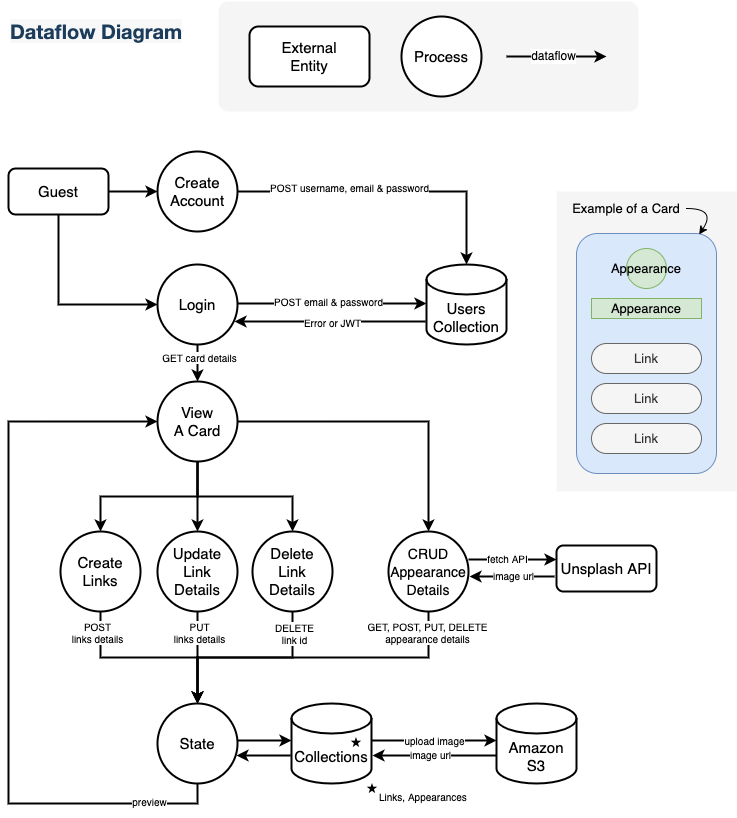
The draw.io diagram docs/T3A2-DFD.png in teamilink/iLinkDocs, before a commit. Source tidied: cells renumbered, new cells last; positions are measured from the earlier drawing's top-left corner, leaving out a move shared by most shapes.
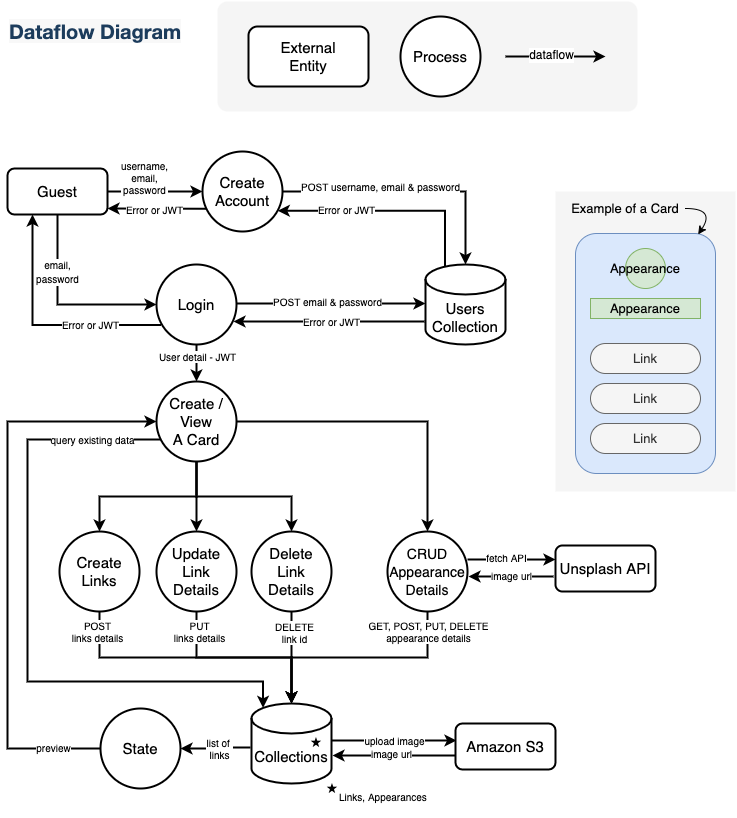
The same file after the commit.

Commit message:
updates AAD and DFD

Diff of the diagram source:
```diff
@@ -32,9 +32,17 @@
     <mxCell id="8" style="edgeStyle=orthogonalEdgeStyle;rounded=0;jettySize=auto;html=1;exitX=1;exitY=0.5;exitDx=0;exitDy=0;entryX=0;entryY=0.5;entryDx=0;entryDy=0;fontSize=15;strokeWidth=2;fontColor=#000000;" parent="1" edge="1" source="10" target="13">
       <mxGeometry relative="1" as="geometry" />
     </mxCell>
+    <mxCell id="66" value="&lt;font style=&quot;font-size: 10px;&quot;&gt;username,&lt;br style=&quot;font-size: 10px;&quot;&gt;email,&lt;br style=&quot;font-size: 10px;&quot;&gt;password&lt;/font&gt;" style="edgeLabel;html=1;align=center;verticalAlign=middle;fontSize=10;" parent="8" vertex="1">
+      <mxGeometry x="-0.22" y="1" relative="1" as="geometry">
+        <mxPoint y="-13" as="offset" />
+      </mxGeometry>
+    </mxCell>
     <mxCell id="9" style="edgeStyle=orthogonalEdgeStyle;rounded=0;jettySize=auto;html=1;exitX=0.5;exitY=1;exitDx=0;exitDy=0;entryX=0;entryY=0.5;entryDx=0;entryDy=0;fontSize=15;strokeWidth=2;fontColor=#000000;" parent="1" edge="1" source="10" target="16">
       <mxGeometry relative="1" as="geometry" />
     </mxCell>
+    <mxCell id="67" value="&lt;font style=&quot;font-size: 10px;&quot;&gt;email,&lt;br&gt;password&lt;/font&gt;" style="edgeLabel;html=1;align=center;verticalAlign=middle;" parent="9" vertex="1">
+      <mxGeometry x="-0.4" relative="1" as="geometry" />
+    </mxCell>
     <mxCell id="10" value="Guest" style="rounded=1;whiteSpace=wrap;html=1;fontSize=15;strokeWidth=2;fontColor=#000000;" parent="1" vertex="1">
       <mxGeometry y="167" width="100" height="46" as="geometry" />
     </mxCell>
@@ -46,8 +54,20 @@
         <mxPoint x="24" y="-3" as="offset" />
       </mxGeometry>
     </mxCell>
+    <mxCell id="68" style="edgeStyle=orthogonalEdgeStyle;rounded=0;orthogonalLoop=1;jettySize=auto;html=1;exitX=0;exitY=1;exitDx=0;exitDy=0;fontSize=10;strokeWidth=2;" parent="1" edge="1">
+      <mxGeometry relative="1" as="geometry">
+        <mxPoint x="206.7" y="207.3" as="sourcePoint" />
+        <mxPoint x="100" y="207" as="targetPoint" />
+        <Array as="points">
+          <mxPoint x="100" y="207" />
+        </Array>
+      </mxGeometry>
+    </mxCell>
+    <mxCell id="69" value="&lt;font style=&quot;font-size: 10px;&quot;&gt;Error or JWT&lt;/font&gt;" style="edgeLabel;html=1;align=center;verticalAlign=middle;fontSize=10;" parent="68" vertex="1">
+      <mxGeometry x="0.12" relative="1" as="geometry" />
+    </mxCell>
     <mxCell id="13" value="Create&lt;br&gt;Account" style="ellipse;whiteSpace=wrap;html=1;fontSize=15;strokeWidth=2;" parent="1" vertex="1">
-      <mxGeometry x="149" y="150" width="80" height="80" as="geometry" />
+      <mxGeometry x="195" y="150" width="80" height="80" as="geometry" />
     </mxCell>
     <mxCell id="14" value="&lt;font style=&quot;font-size: 10px;&quot;&gt;POST email &amp;amp; password&lt;/font&gt;" style="edgeStyle=orthogonalEdgeStyle;rounded=0;orthogonalLoop=1;jettySize=auto;html=1;exitX=1;exitY=0.5;exitDx=0;exitDy=0;fontSize=10;fillColor=#f8cecc;strokeColor=#000000;strokeWidth=2;entryX=0;entryY=0.5;entryDx=0;entryDy=0;entryPerimeter=0;fontColor=#000000;" parent="1" edge="1">
       <mxGeometry x="-0.04" y="2" relative="1" as="geometry">
@@ -58,9 +78,26 @@
     <mxCell id="15" style="edgeStyle=orthogonalEdgeStyle;rounded=0;jettySize=auto;html=1;exitX=0.5;exitY=1;exitDx=0;exitDy=0;entryX=0.5;entryY=0;entryDx=0;entryDy=0;strokeWidth=2;" parent="1" edge="1" source="39" target="18">
       <mxGeometry relative="1" as="geometry" />
     </mxCell>
+    <mxCell id="70" style="edgeStyle=orthogonalEdgeStyle;rounded=0;jettySize=auto;html=1;exitX=0.055;exitY=0.756;exitDx=0;exitDy=0;entryX=0.25;entryY=1;entryDx=0;entryDy=0;fontSize=10;strokeWidth=2;exitPerimeter=0;" parent="1" edge="1" source="16" target="10">
+      <mxGeometry relative="1" as="geometry" />
+    </mxCell>
+    <mxCell id="71" value="Error or JWT" style="edgeLabel;html=1;align=center;verticalAlign=middle;fontSize=10;" parent="70" vertex="1">
+      <mxGeometry x="-0.41" y="-1" relative="1" as="geometry" />
+    </mxCell>
     <mxCell id="16" value="Login" style="ellipse;whiteSpace=wrap;html=1;fontSize=15;strokeWidth=2;fontColor=#000000;" parent="1" vertex="1">
       <mxGeometry x="149" y="263" width="80" height="80" as="geometry" />
     </mxCell>
+    <mxCell id="72" style="edgeStyle=orthogonalEdgeStyle;rounded=0;jettySize=auto;html=1;exitX=0.244;exitY=0.019;exitDx=0;exitDy=0;exitPerimeter=0;entryX=1;entryY=1;entryDx=0;entryDy=0;strokeWidth=2;" parent="1" edge="1" source="17">
+      <mxGeometry relative="1" as="geometry">
+        <mxPoint x="270.3" y="209.3" as="targetPoint" />
+        <Array as="points">
+          <mxPoint x="438" y="209" />
+        </Array>
+      </mxGeometry>
+    </mxCell>
+    <mxCell id="73" value="&lt;span style=&quot;font-size: 10px;&quot;&gt;Error or JWT&lt;/span&gt;" style="edgeLabel;html=1;align=center;verticalAlign=middle;" parent="72" vertex="1">
+      <mxGeometry x="0.38" y="-1" relative="1" as="geometry" />
+    </mxCell>
     <mxCell id="17" value="Users&lt;br&gt;Collection" style="shape=cylinder3;whiteSpace=wrap;html=1;boundedLbl=1;backgroundOutline=1;size=15;fontSize=15;strokeWidth=2;fontColor=#000000;" parent="1" vertex="1">
       <mxGeometry x="418" y="263" width="80" height="80" as="geometry" />
     </mxCell>
@@ -70,36 +107,23 @@
     <mxCell id="19" value="Create&lt;br&gt;Links" style="ellipse;whiteSpace=wrap;html=1;fontSize=15;strokeWidth=2;fontColor=#000000;" parent="1" vertex="1">
       <mxGeometry x="52" y="530" width="80" height="80" as="geometry" />
     </mxCell>
-    <mxCell id="20" style="edgeStyle=orthogonalEdgeStyle;rounded=0;jettySize=auto;html=1;exitX=0.5;exitY=1;exitDx=0;exitDy=0;entryX=0;entryY=0.5;entryDx=0;entryDy=0;strokeWidth=2;" parent="1" edge="1" source="23" target="39">
+    <mxCell id="20" style="edgeStyle=orthogonalEdgeStyle;rounded=0;jettySize=auto;html=1;entryX=0;entryY=0.5;entryDx=0;entryDy=0;strokeWidth=2;exitX=0;exitY=0.5;exitDx=0;exitDy=0;" parent="1" edge="1" source="23" target="39">
       <mxGeometry relative="1" as="geometry">
         <Array as="points">
-          <mxPoint x="189" y="802" />
-          <mxPoint y="802" />
+          <mxPoint y="747" />
           <mxPoint y="420" />
         </Array>
       </mxGeometry>
     </mxCell>
     <mxCell id="21" value="&lt;font style=&quot;font-size: 10px;&quot;&gt;preview&lt;/font&gt;" style="edgeLabel;html=1;align=center;verticalAlign=middle;fontSize=10;" parent="20" vertex="1">
       <mxGeometry x="0.1" relative="1" as="geometry">
-        <mxPoint x="140" y="196" as="offset" />
+        <mxPoint x="46" y="219" as="offset" />
       </mxGeometry>
     </mxCell>
-    <mxCell id="22" style="edgeStyle=orthogonalEdgeStyle;rounded=0;orthogonalLoop=1;jettySize=auto;html=1;exitX=1;exitY=0.5;exitDx=0;exitDy=0;entryX=0;entryY=0.5;entryDx=0;entryDy=0;entryPerimeter=0;strokeWidth=2;" parent="1" edge="1">
-      <mxGeometry relative="1" as="geometry">
-        <mxPoint x="229" y="739" as="sourcePoint" />
-        <mxPoint x="283" y="739" as="targetPoint" />
-      </mxGeometry>
-    </mxCell>
-    <mxCell id="23" value="State" style="ellipse;whiteSpace=wrap;html=1;fontSize=15;strokeWidth=2;fontColor=#000000;" parent="1" vertex="1">
-      <mxGeometry x="149" y="702" width="80" height="80" as="geometry" />
-    </mxCell>
-    <mxCell id="24" value="Amazon&lt;br&gt;S3" style="shape=cylinder3;whiteSpace=wrap;html=1;boundedLbl=1;backgroundOutline=1;size=15;fontSize=15;strokeWidth=2;" parent="1" vertex="1">
-      <mxGeometry x="488" y="702" width="80" height="80" as="geometry" />
-    </mxCell>
     <mxCell id="25" style="edgeStyle=orthogonalEdgeStyle;rounded=0;orthogonalLoop=1;jettySize=auto;html=1;exitX=0.988;exitY=0.275;exitDx=0;exitDy=0;fontSize=15;exitPerimeter=0;startArrow=classic;startFill=1;endArrow=none;endFill=0;fillColor=#d5e8d4;strokeColor=#000000;strokeWidth=2;fontColor=#000000;" parent="1" edge="1">
       <mxGeometry relative="1" as="geometry">
-        <mxPoint x="364" y="754" as="sourcePoint" />
-        <mxPoint x="488" y="754" as="targetPoint" />
+        <mxPoint x="325" y="754" as="sourcePoint" />
+        <mxPoint x="449" y="754" as="targetPoint" />
       </mxGeometry>
     </mxCell>
     <mxCell id="26" value="image url" style="edgeLabel;html=1;align=center;verticalAlign=middle;fontSize=10;fontColor=#000000;" parent="25" vertex="1">
@@ -107,8 +131,8 @@
     </mxCell>
     <mxCell id="27" value="&lt;font style=&quot;font-size: 10px;&quot;&gt;upload image&lt;/font&gt;" style="edgeStyle=orthogonalEdgeStyle;rounded=0;orthogonalLoop=1;jettySize=auto;html=1;exitX=0.988;exitY=0.275;exitDx=0;exitDy=0;fontSize=10;exitPerimeter=0;fillColor=#f8cecc;strokeColor=#000000;strokeWidth=2;fontColor=#000000;" parent="1" edge="1">
       <mxGeometry relative="1" as="geometry">
-        <mxPoint x="363" y="739" as="sourcePoint" />
-        <mxPoint x="488" y="739" as="targetPoint" />
+        <mxPoint x="324" y="739" as="sourcePoint" />
+        <mxPoint x="449" y="739" as="targetPoint" />
       </mxGeometry>
     </mxCell>
     <mxCell id="28" value="Unsplash API" style="rounded=1;whiteSpace=wrap;html=1;fontSize=15;strokeWidth=2;fontColor=#000000;" parent="1" vertex="1">
@@ -135,7 +159,7 @@
       <mxGeometry relative="1" as="geometry" />
     </mxCell>
     <mxCell id="34" value="Collections" style="shape=cylinder3;whiteSpace=wrap;html=1;boundedLbl=1;backgroundOutline=1;size=15;fontSize=15;strokeWidth=2;" parent="1" vertex="1">
-      <mxGeometry x="283" y="702" width="80" height="80" as="geometry" />
+      <mxGeometry x="244" y="702" width="80" height="80" as="geometry" />
     </mxCell>
     <mxCell id="35" style="edgeStyle=orthogonalEdgeStyle;rounded=0;orthogonalLoop=1;jettySize=auto;html=1;entryX=1;entryY=0.5;entryDx=0;entryDy=0;fontSize=12;fontColor=#000000;strokeColor=#000000;strokeWidth=2;startArrow=none;startFill=0;endArrow=classic;endFill=1;" parent="1" edge="1">
       <mxGeometry relative="1" as="geometry">
@@ -159,39 +183,52 @@
         <mxPoint x="7" as="offset" />
       </mxGeometry>
     </mxCell>
+    <mxCell id="74" style="edgeStyle=orthogonalEdgeStyle;rounded=0;jettySize=auto;html=1;exitX=0.042;exitY=0.712;exitDx=0;exitDy=0;entryX=0.145;entryY=0;entryDx=0;entryDy=4.35;entryPerimeter=0;fontSize=10;strokeWidth=2;exitPerimeter=0;" parent="1" edge="1" source="39" target="34">
+      <mxGeometry relative="1" as="geometry">
+        <Array as="points">
+          <mxPoint x="152" y="438" />
+          <mxPoint x="20" y="438" />
+          <mxPoint x="20" y="680" />
+          <mxPoint x="256" y="680" />
+        </Array>
+      </mxGeometry>
+    </mxCell>
+    <mxCell id="75" value="query existing data" style="edgeLabel;html=1;align=center;verticalAlign=middle;fontSize=10;" parent="74" vertex="1">
+      <mxGeometry x="-0.78" relative="1" as="geometry" />
+    </mxCell>
-    <mxCell id="39" value="View&lt;br&gt;A Card" style="ellipse;whiteSpace=wrap;html=1;fontSize=15;strokeWidth=2;fontColor=#000000;" parent="1" vertex="1">
+    <mxCell id="39" value="Create / View&lt;br&gt;A Card" style="ellipse;whiteSpace=wrap;html=1;fontSize=15;strokeWidth=2;fontColor=#000000;" parent="1" vertex="1">
       <mxGeometry x="149" y="380" width="80" height="80" as="geometry" />
     </mxCell>
     <mxCell id="40" style="edgeStyle=orthogonalEdgeStyle;rounded=0;jettySize=auto;html=1;exitX=0.5;exitY=1;exitDx=0;exitDy=0;entryX=0.5;entryY=0;entryDx=0;entryDy=0;fontSize=15;strokeWidth=2;fontColor=#000000;" parent="1" edge="1" source="16" target="39">
       <mxGeometry relative="1" as="geometry" />
     </mxCell>
-    <mxCell id="41" value="&lt;font style=&quot;font-size: 10px;&quot;&gt;GET card details&lt;/font&gt;" style="edgeLabel;html=1;align=center;verticalAlign=middle;fontSize=10;" parent="40" vertex="1">
+    <mxCell id="41" value="&lt;font style=&quot;font-size: 10px;&quot;&gt;User detail - JWT&lt;/font&gt;" style="edgeLabel;html=1;align=center;verticalAlign=middle;fontSize=10;" parent="40" vertex="1">
       <mxGeometry x="-0.21" y="1" relative="1" as="geometry">
         <mxPoint y="-3" as="offset" />
       </mxGeometry>
     </mxCell>
-    <mxCell id="42" style="edgeStyle=orthogonalEdgeStyle;rounded=0;jettySize=auto;html=1;exitX=0.5;exitY=1;exitDx=0;exitDy=0;strokeWidth=2;entryX=0.5;entryY=0;entryDx=0;entryDy=0;" parent="1" edge="1" source="18" target="23">
+    <mxCell id="42" style="edgeStyle=orthogonalEdgeStyle;rounded=0;jettySize=auto;html=1;exitX=0.5;exitY=1;exitDx=0;exitDy=0;strokeWidth=2;entryX=0.5;entryY=0;entryDx=0;entryDy=0;entryPerimeter=0;" parent="1" edge="1" source="18" target="34">
       <mxGeometry relative="1" as="geometry" />
     </mxCell>
-    <mxCell id="43" style="edgeStyle=orthogonalEdgeStyle;rounded=0;jettySize=auto;html=1;exitX=0.5;exitY=1;exitDx=0;exitDy=0;strokeWidth=2;entryX=0.5;entryY=0;entryDx=0;entryDy=0;" parent="1" edge="1" source="29" target="23">
+    <mxCell id="43" style="edgeStyle=orthogonalEdgeStyle;rounded=0;jettySize=auto;html=1;exitX=0.5;exitY=1;exitDx=0;exitDy=0;strokeWidth=2;entryX=0.5;entryY=0;entryDx=0;entryDy=0;entryPerimeter=0;" parent="1" edge="1" source="29" target="34">
       <mxGeometry relative="1" as="geometry" />
     </mxCell>
-    <mxCell id="44" style="edgeStyle=orthogonalEdgeStyle;rounded=0;jettySize=auto;html=1;exitX=0.5;exitY=1;exitDx=0;exitDy=0;strokeWidth=2;entryX=0.5;entryY=0;entryDx=0;entryDy=0;" parent="1" edge="1" source="19" target="23">
+    <mxCell id="44" style="edgeStyle=orthogonalEdgeStyle;rounded=0;jettySize=auto;html=1;exitX=0.5;exitY=1;exitDx=0;exitDy=0;strokeWidth=2;entryX=0.5;entryY=0;entryDx=0;entryDy=0;entryPerimeter=0;" parent="1" edge="1" source="19" target="34">
       <mxGeometry relative="1" as="geometry" />
     </mxCell>
     <mxCell id="45" value="&lt;div style=&quot;font-size: 10px;&quot;&gt;&lt;span style=&quot;font-size: 10px;&quot;&gt;POST&lt;/span&gt;&lt;/div&gt;&lt;font style=&quot;font-size: 10px;&quot;&gt;&lt;div style=&quot;font-size: 10px;&quot;&gt;links details&lt;/div&gt;&lt;/font&gt;" style="edgeLabel;html=1;align=center;verticalAlign=middle;fontSize=10;" parent="44" vertex="1">
       <mxGeometry x="-0.08" y="3" relative="1" as="geometry">
-        <mxPoint x="-45" y="-23" as="offset" />
+        <mxPoint x="-87" y="-23" as="offset" />
       </mxGeometry>
     </mxCell>
     <mxCell id="46" value="&lt;div style=&quot;font-size: 10px;&quot;&gt;&lt;span style=&quot;font-size: 10px;&quot;&gt;PUT&lt;/span&gt;&lt;/div&gt;&lt;font style=&quot;font-size: 10px;&quot;&gt;&lt;div style=&quot;font-size: 10px;&quot;&gt;links details&lt;/div&gt;&lt;/font&gt;" style="edgeLabel;html=1;align=center;verticalAlign=middle;fontSize=10;" parent="44" vertex="1">
       <mxGeometry x="-0.08" y="3" relative="1" as="geometry">
-        <mxPoint x="57" y="-23" as="offset" />
+        <mxPoint x="15" y="-23" as="offset" />
       </mxGeometry>
     </mxCell>
     <mxCell id="47" value="&lt;div style=&quot;font-size: 10px;&quot;&gt;&lt;span style=&quot;font-size: 10px;&quot;&gt;DELETE&lt;/span&gt;&lt;/div&gt;&lt;font style=&quot;font-size: 10px;&quot;&gt;&lt;div style=&quot;font-size: 10px;&quot;&gt;link id&lt;/div&gt;&lt;/font&gt;" style="edgeLabel;html=1;align=center;verticalAlign=middle;fontSize=10;" parent="44" vertex="1">
       <mxGeometry x="-0.08" y="3" relative="1" as="geometry">
-        <mxPoint x="152" y="-22" as="offset" />
+        <mxPoint x="110" y="-22" as="offset" />
       </mxGeometry>
     </mxCell>
     <mxCell id="48" value="&lt;font style=&quot;font-size: 14px;&quot;&gt;CRUD&lt;br&gt;Appearance&lt;br&gt;Details&lt;/font&gt;" style="ellipse;whiteSpace=wrap;html=1;fontSize=15;strokeWidth=2;fontColor=#000000;" parent="1" vertex="1">
@@ -200,32 +237,36 @@
     <mxCell id="49" style="edgeStyle=orthogonalEdgeStyle;rounded=0;jettySize=auto;html=1;exitX=1;exitY=0.5;exitDx=0;exitDy=0;entryX=0.5;entryY=0;entryDx=0;entryDy=0;strokeWidth=2;" parent="1" edge="1" source="39" target="48">
       <mxGeometry relative="1" as="geometry" />
     </mxCell>
-    <mxCell id="50" style="edgeStyle=orthogonalEdgeStyle;rounded=0;jettySize=auto;html=1;exitX=0.5;exitY=1;exitDx=0;exitDy=0;strokeWidth=2;" parent="1" edge="1" source="48" target="23">
+    <mxCell id="50" style="edgeStyle=orthogonalEdgeStyle;rounded=0;jettySize=auto;html=1;exitX=0.5;exitY=1;exitDx=0;exitDy=0;strokeWidth=2;entryX=0.5;entryY=0;entryDx=0;entryDy=0;entryPerimeter=0;" parent="1" edge="1" source="48" target="34">
       <mxGeometry relative="1" as="geometry" />
     </mxCell>
     <mxCell id="51" value="GET, POST, PUT, DELETE&lt;br&gt;appearance details" style="edgeLabel;html=1;align=center;verticalAlign=middle;fontSize=10;" parent="50" vertex="1">
       <mxGeometry x="-0.22" y="-1" relative="1" as="geometry">
-        <mxPoint x="78" y="-25" as="offset" />
+        <mxPoint x="43" y="-25" as="offset" />
       </mxGeometry>
     </mxCell>
     <mxCell id="52" style="group;fontSize=10;" parent="1" vertex="1">
-      <mxGeometry x="349" y="778" width="150" height="38" as="geometry" />
+      <mxGeometry x="308" y="778" width="150" height="38" as="geometry" />
     </mxCell>
     <mxCell id="53" value="★" style="text;html=1;strokeColor=none;fillColor=none;align=center;verticalAlign=middle;whiteSpace=wrap;rounded=0;fontSize=12;fontColor=#000000;" parent="52" vertex="1">
-      <mxGeometry width="30" height="19" as="geometry" />
+      <mxGeometry x="2" width="30" height="19" as="geometry" />
     </mxCell>
     <mxCell id="54" value="&lt;font style=&quot;font-size: 10px;&quot;&gt;Links, Appearances&lt;/font&gt;" style="text;html=1;strokeColor=none;fillColor=none;align=left;verticalAlign=middle;whiteSpace=wrap;rounded=0;fontSize=12;fontColor=#000000;" parent="52" vertex="1">
-      <mxGeometry x="20" y="3" width="130" height="30" as="geometry" />
+      <mxGeometry x="22" y="3" width="130" height="30" as="geometry" />
     </mxCell>
     <mxCell id="55" value="★" style="text;html=1;strokeColor=none;fillColor=none;align=center;verticalAlign=middle;whiteSpace=wrap;rounded=0;fontSize=12;fontColor=#000000;" parent="1" vertex="1">
-      <mxGeometry x="333" y="732.5" width="30" height="19" as="geometry" />
+      <mxGeometry x="294" y="732.5" width="30" height="19" as="geometry" />
     </mxCell>
-    <mxCell id="56" style="edgeStyle=orthogonalEdgeStyle;rounded=0;orthogonalLoop=1;jettySize=auto;html=1;exitX=1;exitY=0.5;exitDx=0;exitDy=0;entryX=0;entryY=0.5;entryDx=0;entryDy=0;entryPerimeter=0;strokeWidth=2;" parent="1" edge="1">
+    <mxCell id="56" style="edgeStyle=orthogonalEdgeStyle;rounded=0;jettySize=auto;html=1;exitX=1;exitY=0.5;exitDx=0;exitDy=0;strokeWidth=2;" parent="1" edge="1" target="23">
       <mxGeometry relative="1" as="geometry">
-        <mxPoint x="282" y="754" as="sourcePoint" />
-        <mxPoint x="228" y="754" as="targetPoint" />
+        <mxPoint x="243" y="746" as="sourcePoint" />
       </mxGeometry>
     </mxCell>
+    <mxCell id="76" value="list of &lt;br&gt;links" style="edgeLabel;html=1;align=center;verticalAlign=middle;fontSize=10;" parent="56" vertex="1">
+      <mxGeometry x="0.04" relative="1" as="geometry">
+        <mxPoint x="4" as="offset" />
+      </mxGeometry>
+    </mxCell>
     <mxCell id="57" style="rounded=0;whiteSpace=wrap;html=1;fontSize=13;fillColor=#f5f5f5;strokeColor=none;fontColor=#333333;arcSize=6;shadow=0;sketch=0;" parent="1" vertex="1">
       <mxGeometry x="548" y="190" width="180" height="300" as="geometry" />
     </mxCell>
@@ -257,5 +298,11 @@
         </Array>
       </mxGeometry>
     </mxCell>
+    <mxCell id="23" value="State" style="ellipse;whiteSpace=wrap;html=1;fontSize=15;strokeWidth=2;fontColor=#000000;" parent="1" vertex="1">
+      <mxGeometry x="93" y="707" width="80" height="80" as="geometry" />
+    </mxCell>
+    <mxCell id="24" value="Amazon S3" style="rounded=1;whiteSpace=wrap;html=1;fontSize=15;strokeWidth=2;fontColor=#000000;" parent="1" vertex="1">
+      <mxGeometry x="448" y="722" width="100" height="46" as="geometry" />
+    </mxCell>
   </root>
 </mxGraphModel>
```
